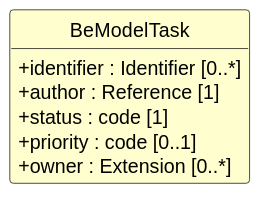
This is exports/diagrams/BeModelTask-uml.svg from caresets/caresets-src, a PlantUML export, as it was before one commit. Source of this version:
```plantuml
@startuml
skinparam shadowing false
skinparam classAttributeIconSize 0
skinparam linetype ortho
skinparam class {
  BackgroundColor #FEFECE
  BorderColor #000000
  ArrowColor #000000
  FontStyle bold
  AttributeFontStyle normal
}
hide circle
hide empty members

class "BeModelTask" as BeModelTask {
  +identifier : Identifier [0..*]
  +author : Reference [1]
  +status : code [1]
  +priority : code [0..1]
  +owner : Extension [0..*]
}
@enduml
```
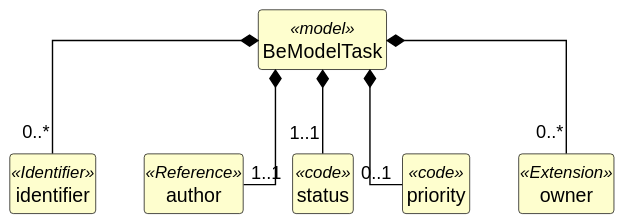
Later version of the same file.

What changed in the source:
```diff
@@ -12,11 +12,27 @@
 hide circle
 hide empty members
 
-class "BeModelTask" as BeModelTask {
-  +identifier : Identifier [0..*]
-  +author : Reference [1]
-  +status : code [1]
-  +priority : code [0..1]
-  +owner : Extension [0..*]
+class "BeModelTask" as BeModelTask <<model>> {
 }
+
+class "identifier" as BeModelTask_identifier <<Identifier>> {
+}
+
+class "author" as BeModelTask_author <<Reference>> {
+}
+
+class "status" as BeModelTask_status <<code>> {
+}
+
+class "priority" as BeModelTask_priority <<code>> {
+}
+
+class "owner" as BeModelTask_owner <<Extension>> {
+}
+
+BeModelTask *-- "0..*" BeModelTask_identifier
+BeModelTask *-- "1..1" BeModelTask_author
+BeModelTask *-- "1..1" BeModelTask_status
+BeModelTask *-- "0..1" BeModelTask_priority
+BeModelTask *-- "0..*" BeModelTask_owner
 @enduml
```
